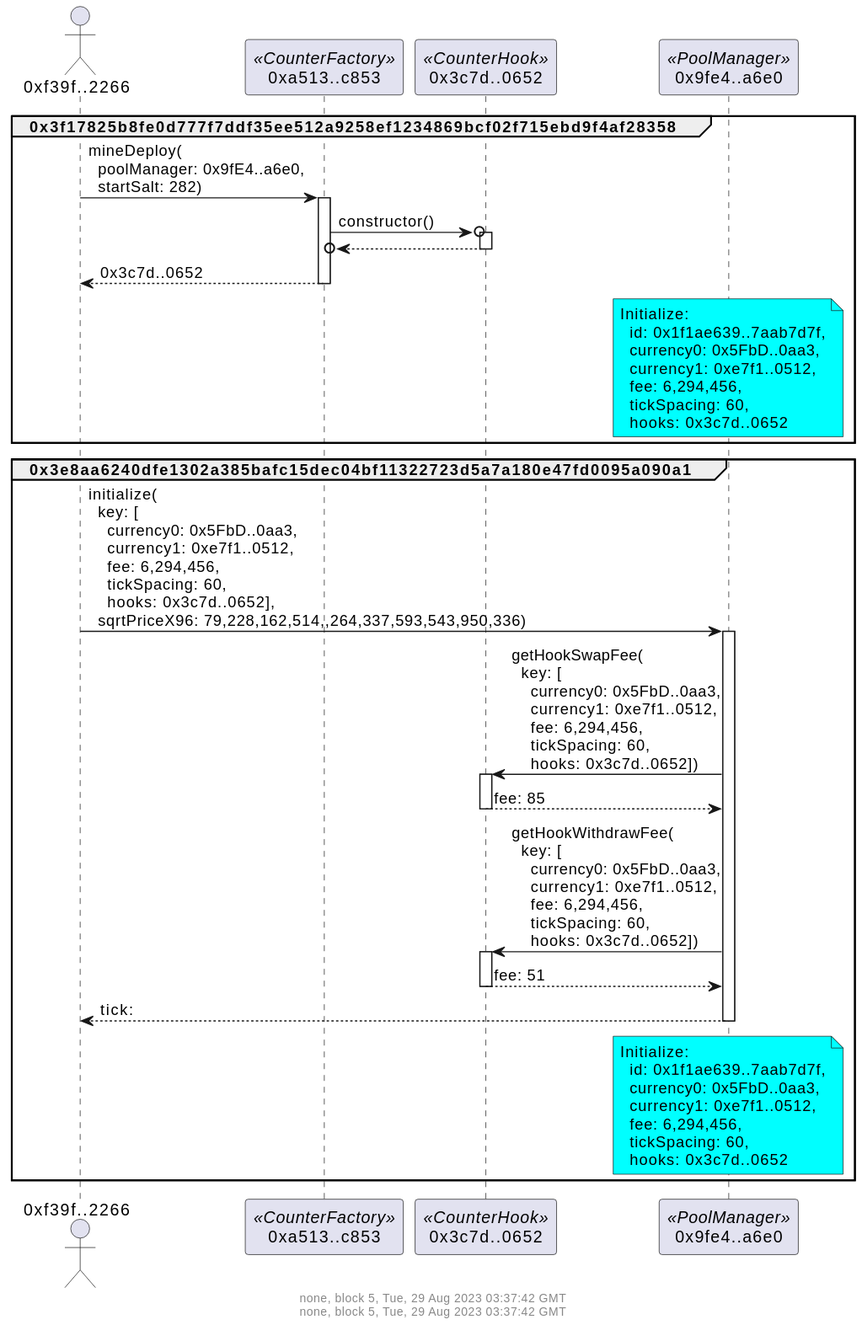
The PlantUML diagram docs/counterSetup.svg in naddison36/uniswap-v4-hooks, before a commit.
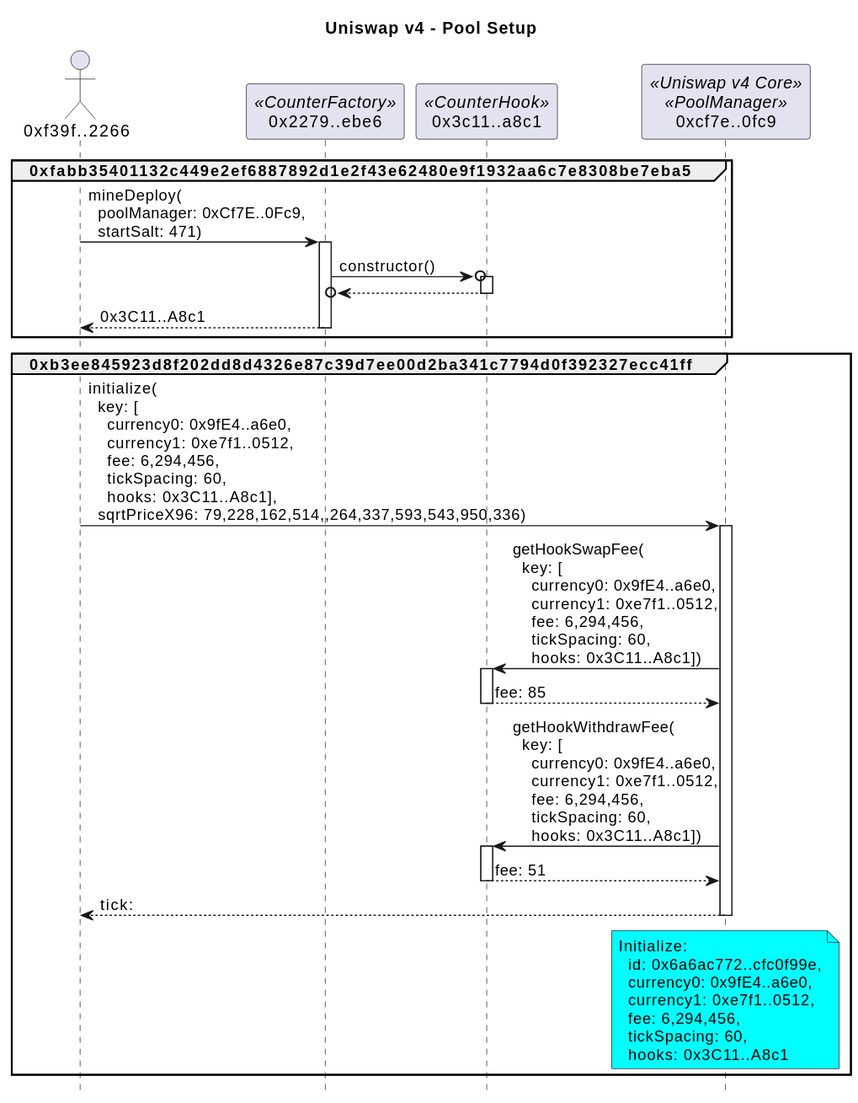
The same file after the commit.

The edit, as a diff of the source:
```diff
@@ -1,52 +1,40 @@
 @startuml
-footer
-none, block 5, Tue, 29 Aug 2023 03:37:42 GMT
-none, block 5, Tue, 29 Aug 2023 03:37:42 GMT
+title Uniswap v4 - Pool Setup
+hide footbox
 
-endfooter
 actor "0xf39f..2266" as f39f2266
-participant "0xa513..c853" as a513c853 <<CounterFactory>>
-participant "0x3c7d..0652" as 3c7d0652 <<CounterHook>>
-participant "0x9fe4..a6e0" as 9fe4a6e0 <<PoolManager>>
+participant "0x2279..ebe6" as 2279ebe6 <<CounterFactory>>
+participant "0x3c11..a8c1" as 3c11a8c1 <<CounterHook>>
+participant "0xcf7e..0fc9" as cf7e0fc9 <<Uniswap v4 Core>><<PoolManager>>
 
-group 0x3f17825b8fe0d777f7ddf35ee512a9258ef1234869bcf02f715ebd9f4af28358
-f39f2266 -> a513c853: mineDeploy(\n  poolManager: 0x9fE4..a6e0,\n  startSalt: 282)
-activate a513c853
-a513c853 ->o 3c7d0652: constructor()
-activate 3c7d0652
+group 0xfabb35401132c449e2ef6887892d1e2f43e62480e9f1932aa6c7e8308be7eba5
+f39f2266 -> 2279ebe6: mineDeploy(\n  poolManager: 0xCf7E..0Fc9,\n  startSalt: 471)
+activate 2279ebe6
+2279ebe6 ->o 3c11a8c1: constructor()
+activate 3c11a8c1
 return
-return 0x3c7d..0652
+return 0x3C11..A8c1
 
-note over 9fe4a6e0 #aqua
+end
+group 0xb3ee845923d8f202dd8d4326e87c39d7ee00d2ba341c7794d0f392327ecc41ff
+f39f2266 -> cf7e0fc9: initialize(\n  key: [\n    currency0: 0x9fE4..a6e0,\n    currency1: 0xe7f1..0512,\n    fee: 6,294,456,\n    tickSpacing: 60,\n    hooks: 0x3C11..A8c1],\n  sqrtPriceX96: 79,228,162,514,,264,337,593,543,950,336)
+activate cf7e0fc9
+cf7e0fc9 -> 3c11a8c1: getHookSwapFee(\n  key: [\n    currency0: 0x9fE4..a6e0,\n    currency1: 0xe7f1..0512,\n    fee: 6,294,456,\n    tickSpacing: 60,\n    hooks: 0x3C11..A8c1])
+activate 3c11a8c1
+return fee: 85
+cf7e0fc9 -> 3c11a8c1: getHookWithdrawFee(\n  key: [\n    currency0: 0x9fE4..a6e0,\n    currency1: 0xe7f1..0512,\n    fee: 6,294,456,\n    tickSpacing: 60,\n    hooks: 0x3C11..A8c1])
+activate 3c11a8c1
+return fee: 51
+return tick:
+
+note over cf7e0fc9 #aqua
 Initialize:
-  id: 0x1f1ae639..7aab7d7f,
-  currency0: 0x5FbD..0aa3,
+  id: 0x6a6ac772..cfc0f99e,
+  currency0: 0x9fE4..a6e0,
   currency1: 0xe7f1..0512,
   fee: 6,294,456,
   tickSpacing: 60,
-  hooks: 0x3c7d..0652
-end note
-
-end
-group 0x3e8aa6240dfe1302a385bafc15dec04bf11322723d5a7a180e47fd0095a090a1
-f39f2266 -> 9fe4a6e0: initialize(\n  key: [\n    currency0: 0x5FbD..0aa3,\n    currency1: 0xe7f1..0512,\n    fee: 6,294,456,\n    tickSpacing: 60,\n    hooks: 0x3c7d..0652],\n  sqrtPriceX96: 79,228,162,514,,264,337,593,543,950,336)
-activate 9fe4a6e0
-9fe4a6e0 -> 3c7d0652: getHookSwapFee(\n  key: [\n    currency0: 0x5FbD..0aa3,\n    currency1: 0xe7f1..0512,\n    fee: 6,294,456,\n    tickSpacing: 60,\n    hooks: 0x3c7d..0652])
-activate 3c7d0652
-return fee: 85
-9fe4a6e0 -> 3c7d0652: getHookWithdrawFee(\n  key: [\n    currency0: 0x5FbD..0aa3,\n    currency1: 0xe7f1..0512,\n    fee: 6,294,456,\n    tickSpacing: 60,\n    hooks: 0x3c7d..0652])
-activate 3c7d0652
-return fee: 51
-return tick:
-
-note over 9fe4a6e0 #aqua
-Initialize:
-  id: 0x1f1ae639..7aab7d7f,
-  currency0: 0x5FbD..0aa3,
-  currency1: 0xe7f1..0512,
-  fee: 6,294,456,
-  tickSpacing: 60,
-  hooks: 0x3c7d..0652
+  hooks: 0x3C11..A8c1
 end note
 
 end
```
